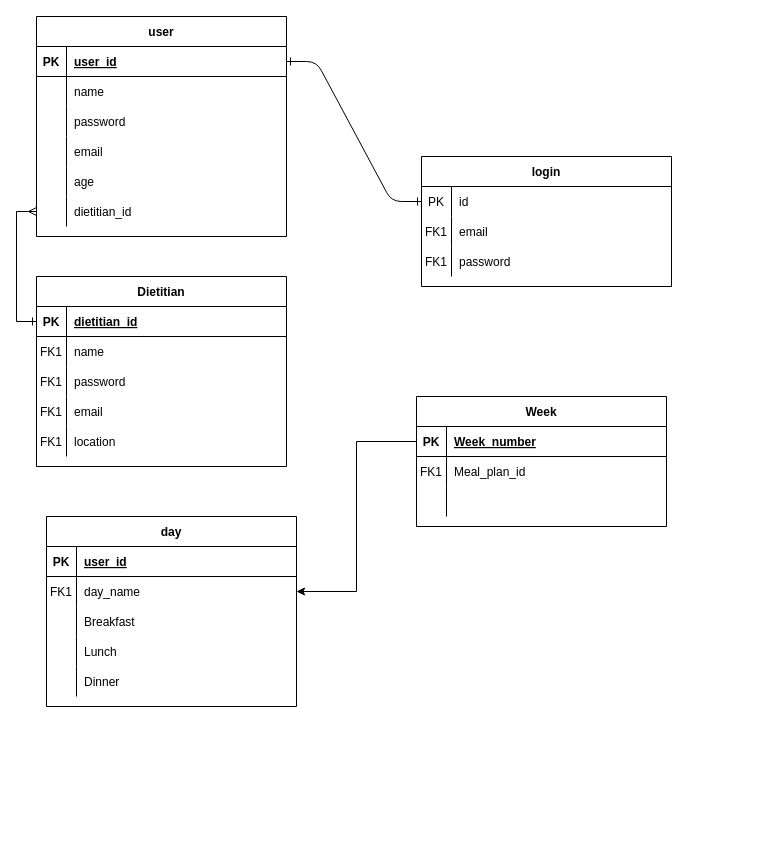
BenDavies1218/BenjaminDavies_T2A2 keeps this draw.io diagram as Recipe_api.drawio. Above is the earlier version. Source tidied: cells renumbered, new cells numbered last; positions are measured from the earlier drawing's top-left corner, leaving out a move shared by most shapes. Both pictures are drawn from the tidied source at 100%, with x=0, y=0 at pixel (36, 16).
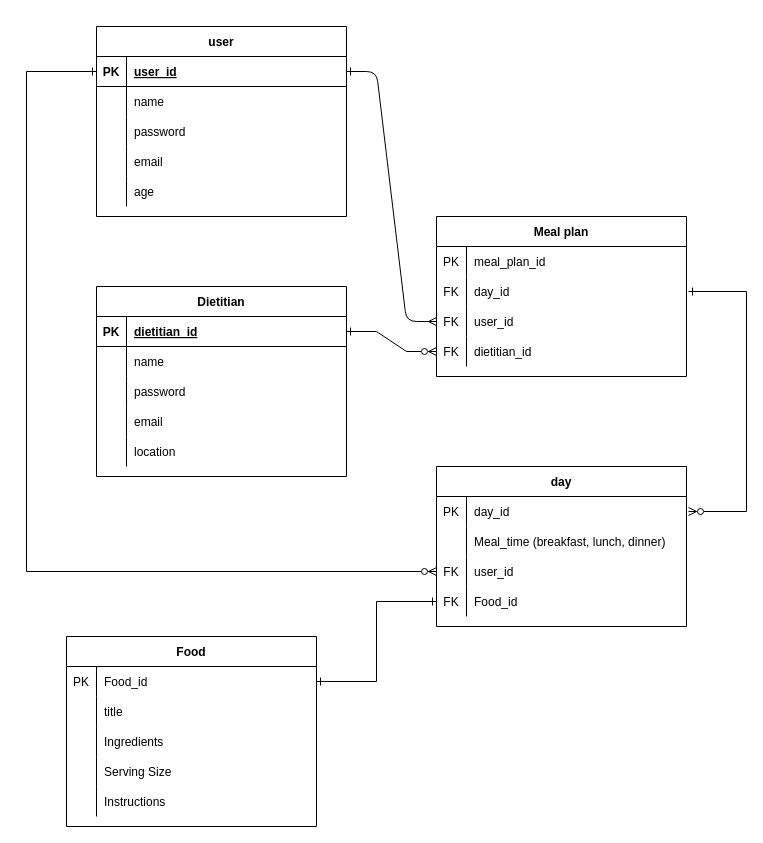
The same page after the edit.

The change refers to these unchanged cells:
```xml
<mxCell id="24" style="shape=partialRectangle;fillColor=none;points=[[0,0.5],[1,0.5]];portConstraint=eastwest;top=0;left=0;right=0;bottom=1;" parent="23" vertex="1">
  <mxGeometry y="30" width="250" height="30" as="geometry" />
</mxCell>
<mxCell id="60" style="shape=partialRectangle;fillColor=none;points=[[0,0.5],[1,0.5]];portConstraint=eastwest;top=0;left=0;right=0;bottom=1;" parent="59" vertex="1">
  <mxGeometry y="30" width="250" height="30" as="geometry" />
</mxCell>
<mxCell id="63" style="shape=partialRectangle;fillColor=none;top=0;left=0;right=0;bottom=0;" parent="59" vertex="1">
  <mxGeometry y="60" width="250" height="30" as="geometry" />
</mxCell>
<mxCell id="66" style="shape=partialRectangle;fillColor=none;top=0;left=0;right=0;bottom=0;" parent="59" vertex="1">
  <mxGeometry y="90" width="250" height="30" as="geometry" />
</mxCell>
<mxCell id="69" style="shape=partialRectangle;fillColor=none;top=0;left=0;right=0;bottom=0;" parent="59" vertex="1">
  <mxGeometry y="120" width="250" height="30" as="geometry" />
</mxCell>
<mxCell id="72" style="shape=partialRectangle;fillColor=none;top=0;left=0;right=0;bottom=0;" parent="59" vertex="1">
  <mxGeometry y="150" width="250" height="30" as="geometry" />
</mxCell>
```

Change to the diagram source:
```diff
@@
-    <mxCell id="2" style="edgeStyle=entityRelationEdgeStyle;endArrow=ERone;startArrow=ERone;endFill=0;startFill=0;" parent="1" edge="1" source="24" target="4">
+    <mxCell id="2" style="edgeStyle=entityRelationEdgeStyle;endArrow=ERmany;startArrow=ERone;endFill=0;startFill=0;entryX=0;entryY=0.5;entryDx=0;entryDy=0;" parent="1" edge="1" source="24" target="7">
       <mxGeometry relative="1" as="geometry" />
     </mxCell>
-    <mxCell id="3" value="login" style="shape=table;startSize=30;childLayout=tableLayout;rowLines=0;fontStyle=1;align=center;" parent="1" vertex="1">
-      <mxGeometry x="385" y="140" width="250" height="130" as="geometry" />
+    <mxCell id="3" value="Meal plan" style="shape=table;startSize=30;childLayout=tableLayout;rowLines=0;fontStyle=1;align=center;" parent="1" vertex="1">
+      <mxGeometry x="400" y="200" width="250" height="160" as="geometry" />
     </mxCell>
-    <mxCell id="4" style="shape=partialRectangle;fillColor=none;points=[[0,0.5],[1,0.5]];portConstraint=eastwest;top=0;left=0;right=0;bottom=0;" parent="3" vertex="1">
-      <mxGeometry y="30" width="250" height="30" as="geometry" />
-    </mxCell>
-    <mxCell id="5" value="PK" style="shape=partialRectangle;overflow=hidden;fillColor=none;top=0;left=0;bottom=0;right=0;" parent="4" vertex="1">
-      <mxGeometry width="30" height="30" as="geometry" />
-    </mxCell>
-    <mxCell id="6" value="id" style="shape=partialRectangle;overflow=hidden;fillColor=none;top=0;left=0;bottom=0;right=0;align=left;spacingLeft=6;" parent="4" vertex="1">
-      <mxGeometry x="30" width="220" height="30" as="geometry" />
-    </mxCell>
+    <mxCell id="76" style="shape=partialRectangle;fillColor=none;top=0;left=0;right=0;bottom=0;perimeterSpacing=2;" parent="3" vertex="1">
+      <mxGeometry y="30" width="250" height="30" as="geometry" />
+    </mxCell>
+    <mxCell id="77" value="PK" style="shape=partialRectangle;overflow=hidden;fillColor=none;top=0;left=0;bottom=0;right=0;" parent="76" vertex="1">
+      <mxGeometry width="30" height="30" as="geometry" />
+    </mxCell>
+    <mxCell id="78" value="meal_plan_id" style="shape=partialRectangle;overflow=hidden;fillColor=none;top=0;left=0;bottom=0;right=0;align=left;spacingLeft=6;" parent="76" vertex="1">
+      <mxGeometry x="30" width="220" height="30" as="geometry" />
+    </mxCell>
+    <mxCell id="79" style="shape=partialRectangle;fillColor=none;points=[[0,0.5],[1,0.5]];portConstraint=eastwest;top=0;left=0;right=0;bottom=0;perimeterSpacing=2;" parent="3" vertex="1">
+      <mxGeometry y="60" width="250" height="30" as="geometry" />
+    </mxCell>
+    <mxCell id="80" value="FK" style="shape=partialRectangle;overflow=hidden;fillColor=none;top=0;left=0;bottom=0;right=0;" parent="79" vertex="1">
+      <mxGeometry width="30" height="30" as="geometry" />
+    </mxCell>
+    <mxCell id="81" value="day_id" style="shape=partialRectangle;overflow=hidden;fillColor=none;top=0;left=0;bottom=0;right=0;align=left;spacingLeft=6;" parent="79" vertex="1">
+      <mxGeometry x="30" width="220" height="30" as="geometry" />
+    </mxCell>
     <mxCell id="7" style="shape=partialRectangle;fillColor=none;points=[[0,0.5],[1,0.5]];portConstraint=eastwest;top=0;left=0;right=0;bottom=0;" parent="3" vertex="1">
-      <mxGeometry y="60" width="250" height="30" as="geometry" />
+      <mxGeometry y="90" width="250" height="30" as="geometry" />
     </mxCell>
-    <mxCell id="8" value="FK1" style="shape=partialRectangle;overflow=hidden;fillColor=none;top=0;left=0;bottom=0;right=0;" parent="7" vertex="1">
+    <mxCell id="8" value="FK" style="shape=partialRectangle;overflow=hidden;fillColor=none;top=0;left=0;bottom=0;right=0;" parent="7" vertex="1">
       <mxGeometry width="30" height="30" as="geometry" />
     </mxCell>
-    <mxCell id="9" value="email" style="shape=partialRectangle;overflow=hidden;fillColor=none;top=0;left=0;bottom=0;right=0;align=left;spacingLeft=6;" parent="7" vertex="1">
+    <mxCell id="9" value="user_id" style="shape=partialRectangle;overflow=hidden;fillColor=none;top=0;left=0;bottom=0;right=0;align=left;spacingLeft=6;" parent="7" vertex="1">
       <mxGeometry x="30" width="220" height="30" as="geometry" />
     </mxCell>
     <mxCell id="10" style="shape=partialRectangle;fillColor=none;points=[[0,0.5],[1,0.5]];portConstraint=eastwest;top=0;left=0;right=0;bottom=0;" parent="3" vertex="1">
-      <mxGeometry y="90" width="250" height="30" as="geometry" />
+      <mxGeometry y="120" width="250" height="30" as="geometry" />
     </mxCell>
-    <mxCell id="11" value="FK1" style="shape=partialRectangle;overflow=hidden;fillColor=none;top=0;left=0;bottom=0;right=0;" parent="10" vertex="1">
+    <mxCell id="11" value="FK" style="shape=partialRectangle;overflow=hidden;fillColor=none;top=0;left=0;bottom=0;right=0;" parent="10" vertex="1">
       <mxGeometry width="30" height="30" as="geometry" />
     </mxCell>
-    <mxCell id="12" value="password" style="shape=partialRectangle;overflow=hidden;fillColor=none;top=0;left=0;bottom=0;right=0;align=left;spacingLeft=6;" parent="10" vertex="1">
+    <mxCell id="12" value="dietitian_id" style="shape=partialRectangle;overflow=hidden;fillColor=none;top=0;left=0;bottom=0;right=0;align=left;spacingLeft=6;" parent="10" vertex="1">
       <mxGeometry x="30" width="220" height="30" as="geometry" />
     </mxCell>
-    <mxCell id="13" value="Week" style="shape=table;startSize=30;childLayout=tableLayout;rowLines=0;fontStyle=1;align=center;" parent="1" vertex="1">
-      <mxGeometry x="380" y="380" width="250" height="130" as="geometry" />
-    </mxCell>
-    <mxCell id="14" style="shape=partialRectangle;fillColor=none;points=[[0,0.5],[1,0.5]];portConstraint=eastwest;top=0;left=0;right=0;bottom=1;" parent="13" vertex="1">
-      <mxGeometry y="30" width="250" height="30" as="geometry" />
-    </mxCell>
-    <mxCell id="15" value="PK" style="shape=partialRectangle;overflow=hidden;fillColor=none;top=0;left=0;bottom=0;right=0;fontStyle=1;" parent="14" vertex="1">
-      <mxGeometry width="30" height="30" as="geometry" />
-    </mxCell>
-    <mxCell id="16" value="Week_number" style="shape=partialRectangle;overflow=hidden;fillColor=none;top=0;left=0;bottom=0;right=0;align=left;spacingLeft=6;fontStyle=5;" parent="14" vertex="1">
-      <mxGeometry x="30" width="220" height="30" as="geometry" />
-    </mxCell>
-    <mxCell id="17" style="shape=partialRectangle;fillColor=none;top=0;left=0;right=0;bottom=0;" parent="13" vertex="1">
-      <mxGeometry y="60" width="250" height="30" as="geometry" />
-    </mxCell>
-    <mxCell id="18" value="FK1" style="shape=partialRectangle;overflow=hidden;fillColor=none;top=0;left=0;bottom=0;right=0;" parent="17" vertex="1">
-      <mxGeometry width="30" height="30" as="geometry" />
-    </mxCell>
-    <mxCell id="19" value="Meal_plan_id" style="shape=partialRectangle;overflow=hidden;fillColor=none;top=0;left=0;bottom=0;right=0;align=left;spacingLeft=6;" parent="17" vertex="1">
-      <mxGeometry x="30" width="220" height="30" as="geometry" />
-    </mxCell>
-    <mxCell id="20" style="shape=partialRectangle;fillColor=none;top=0;left=0;right=0;bottom=0;" parent="13" vertex="1">
-      <mxGeometry y="90" width="250" height="30" as="geometry" />
-    </mxCell>
-    <mxCell id="21" style="shape=partialRectangle;overflow=hidden;fillColor=none;top=0;left=0;bottom=0;right=0;" parent="20" vertex="1">
-      <mxGeometry width="30" height="30" as="geometry" />
-    </mxCell>
-    <mxCell id="22" style="shape=partialRectangle;overflow=hidden;fillColor=none;top=0;left=0;bottom=0;right=0;align=left;spacingLeft=6;" parent="20" vertex="1">
-      <mxGeometry x="30" width="220" height="30" as="geometry" />
-    </mxCell>
     <mxCell id="23" value="user" style="shape=table;startSize=30;childLayout=tableLayout;rowLines=0;fontStyle=1;align=center;" parent="1" vertex="1">
-      <mxGeometry width="250" height="220" as="geometry" />
+      <mxGeometry x="60" y="10" width="250" height="190" as="geometry" />
     </mxCell>
@@
-    <mxCell id="39" style="shape=partialRectangle;fillColor=none;points=[[0,0.5],[1,0.5]];portConstraint=eastwest;top=0;left=0;right=0;bottom=0;" parent="23" vertex="1">
-      <mxGeometry y="180" width="250" height="30" as="geometry" />
-    </mxCell>
-    <mxCell id="40" style="shape=partialRectangle;overflow=hidden;fillColor=none;top=0;left=0;bottom=0;right=0;" parent="39" vertex="1">
-      <mxGeometry width="30" height="30" as="geometry" />
-    </mxCell>
-    <mxCell id="41" value="dietitian_id" style="shape=partialRectangle;overflow=hidden;fillColor=none;top=0;left=0;bottom=0;right=0;align=left;spacingLeft=6;" parent="39" vertex="1">
-      <mxGeometry x="30" width="220" height="30" as="geometry" />
-    </mxCell>
-    <mxCell id="42" value="day" style="shape=table;startSize=30;childLayout=tableLayout;rowLines=0;fontStyle=1;align=center;" parent="1" vertex="1">
-      <mxGeometry x="10" y="500" width="250" height="190" as="geometry" />
-    </mxCell>
-    <mxCell id="43" style="shape=partialRectangle;fillColor=none;top=0;left=0;right=0;bottom=1;" parent="42" vertex="1">
-      <mxGeometry y="30" width="250" height="30" as="geometry" />
-    </mxCell>
-    <mxCell id="44" value="PK" style="shape=partialRectangle;overflow=hidden;fillColor=none;top=0;left=0;bottom=0;right=0;fontStyle=1;" parent="43" vertex="1">
-      <mxGeometry width="30" height="30" as="geometry" />
-    </mxCell>
-    <mxCell id="45" value="user_id" style="shape=partialRectangle;overflow=hidden;fillColor=none;top=0;left=0;bottom=0;right=0;align=left;spacingLeft=6;fontStyle=5;" parent="43" vertex="1">
-      <mxGeometry x="30" width="220" height="30" as="geometry" />
-    </mxCell>
-    <mxCell id="46" style="shape=partialRectangle;fillColor=none;points=[[0,0.5],[1,0.5]];portConstraint=eastwest;top=0;left=0;right=0;bottom=0;" parent="42" vertex="1">
-      <mxGeometry y="60" width="250" height="30" as="geometry" />
-    </mxCell>
-    <mxCell id="47" value="FK1" style="shape=partialRectangle;overflow=hidden;fillColor=none;top=0;left=0;bottom=0;right=0;" parent="46" vertex="1">
-      <mxGeometry width="30" height="30" as="geometry" />
-    </mxCell>
-    <mxCell id="48" value="day_name" style="shape=partialRectangle;overflow=hidden;fillColor=none;top=0;left=0;bottom=0;right=0;align=left;spacingLeft=6;" parent="46" vertex="1">
-      <mxGeometry x="30" width="220" height="30" as="geometry" />
-    </mxCell>
-    <mxCell id="49" style="shape=partialRectangle;fillColor=none;top=0;left=0;right=0;bottom=0;" parent="42" vertex="1">
-      <mxGeometry y="90" width="250" height="30" as="geometry" />
-    </mxCell>
-    <mxCell id="50" style="shape=partialRectangle;overflow=hidden;fillColor=none;top=0;left=0;bottom=0;right=0;" parent="49" vertex="1">
-      <mxGeometry width="30" height="30" as="geometry" />
-    </mxCell>
-    <mxCell id="51" value="Breakfast" style="shape=partialRectangle;overflow=hidden;fillColor=none;top=0;left=0;bottom=0;right=0;align=left;spacingLeft=6;" parent="49" vertex="1">
-      <mxGeometry x="30" width="220" height="30" as="geometry" />
-    </mxCell>
-    <mxCell id="52" style="shape=partialRectangle;fillColor=none;top=0;left=0;right=0;bottom=0;" parent="42" vertex="1">
-      <mxGeometry y="120" width="250" height="30" as="geometry" />
-    </mxCell>
-    <mxCell id="53" style="shape=partialRectangle;overflow=hidden;fillColor=none;top=0;left=0;bottom=0;right=0;" parent="52" vertex="1">
-      <mxGeometry width="30" height="30" as="geometry" />
-    </mxCell>
-    <mxCell id="54" value="Lunch" style="shape=partialRectangle;overflow=hidden;fillColor=none;top=0;left=0;bottom=0;right=0;align=left;spacingLeft=6;" parent="52" vertex="1">
-      <mxGeometry x="30" width="220" height="30" as="geometry" />
-    </mxCell>
-    <mxCell id="55" style="shape=partialRectangle;fillColor=none;top=0;left=0;right=0;bottom=0;" parent="42" vertex="1">
-      <mxGeometry y="150" width="250" height="30" as="geometry" />
-    </mxCell>
-    <mxCell id="56" style="shape=partialRectangle;overflow=hidden;fillColor=none;top=0;left=0;bottom=0;right=0;" parent="55" vertex="1">
-      <mxGeometry width="30" height="30" as="geometry" />
-    </mxCell>
-    <mxCell id="57" value="Dinner" style="shape=partialRectangle;overflow=hidden;fillColor=none;top=0;left=0;bottom=0;right=0;align=left;spacingLeft=6;" parent="55" vertex="1">
-      <mxGeometry x="30" width="220" height="30" as="geometry" />
-    </mxCell>
-    <mxCell id="58" style="edgeStyle=orthogonalEdgeStyle;rounded=0;jettySize=auto;html=1;entryX=1;entryY=0.5;entryDx=0;entryDy=0;" parent="1" edge="1" source="14" target="46">
-      <mxGeometry relative="1" as="geometry" />
-    </mxCell>
     <mxCell id="59" value="Dietitian" style="shape=table;startSize=30;childLayout=tableLayout;rowLines=0;fontStyle=1;align=center;" parent="1" vertex="1">
-      <mxGeometry y="260" width="250" height="190" as="geometry" />
+      <mxGeometry x="60" y="270" width="250" height="190" as="geometry" />
     </mxCell>
@@
-    <mxCell id="64" value="FK1" style="shape=partialRectangle;overflow=hidden;fillColor=none;top=0;left=0;bottom=0;right=0;" parent="63" vertex="1">
+    <mxCell id="64" style="shape=partialRectangle;overflow=hidden;fillColor=none;top=0;left=0;bottom=0;right=0;" parent="63" vertex="1">
       <mxGeometry width="30" height="30" as="geometry" />
     </mxCell>
@@
-    <mxCell id="67" value="FK1" style="shape=partialRectangle;overflow=hidden;fillColor=none;top=0;left=0;bottom=0;right=0;" parent="66" vertex="1">
+    <mxCell id="67" style="shape=partialRectangle;overflow=hidden;fillColor=none;top=0;left=0;bottom=0;right=0;" parent="66" vertex="1">
       <mxGeometry width="30" height="30" as="geometry" />
     </mxCell>
@@
-    <mxCell id="70" value="FK1" style="shape=partialRectangle;overflow=hidden;fillColor=none;top=0;left=0;bottom=0;right=0;" parent="69" vertex="1">
+    <mxCell id="70" style="shape=partialRectangle;overflow=hidden;fillColor=none;top=0;left=0;bottom=0;right=0;" parent="69" vertex="1">
       <mxGeometry width="30" height="30" as="geometry" />
     </mxCell>
@@
-    <mxCell id="73" value="FK1" style="shape=partialRectangle;overflow=hidden;fillColor=none;top=0;left=0;bottom=0;right=0;" parent="72" vertex="1">
+    <mxCell id="73" style="shape=partialRectangle;overflow=hidden;fillColor=none;top=0;left=0;bottom=0;right=0;" parent="72" vertex="1">
       <mxGeometry width="30" height="30" as="geometry" />
     </mxCell>
@@
-    <mxCell id="75" style="edgeStyle=orthogonalEdgeStyle;rounded=0;jettySize=auto;html=1;entryX=0;entryY=0.5;entryDx=0;entryDy=0;startArrow=ERone;startFill=0;endArrow=ERmany;endFill=0;" parent="1" edge="1" source="60" target="39">
-      <mxGeometry relative="1" as="geometry" />
-    </mxCell>
+    <mxCell id="82" style="edgeStyle=entityRelationEdgeStyle;rounded=0;jettySize=auto;html=1;entryX=0;entryY=0.5;entryDx=0;entryDy=0;startArrow=ERone;startFill=0;endArrow=ERzeroToMany;endFill=0;" parent="1" edge="1" source="60" target="10">
+      <mxGeometry relative="1" as="geometry" />
+    </mxCell>
+    <mxCell id="83" value="Food" style="shape=table;startSize=30;childLayout=tableLayout;rowLines=0;fontStyle=1;align=center;" parent="1" vertex="1">
+      <mxGeometry x="30" y="620" width="250" height="190" as="geometry" />
+    </mxCell>
+    <mxCell id="4" style="shape=partialRectangle;fillColor=none;points=[[0,0.5],[1,0.5]];portConstraint=eastwest;top=0;left=0;right=0;bottom=0;" parent="83" vertex="1">
+      <mxGeometry y="30" width="250" height="30" as="geometry" />
+    </mxCell>
+    <mxCell id="84" value="PK" style="shape=partialRectangle;overflow=hidden;fillColor=none;top=0;left=0;bottom=0;right=0;" parent="4" vertex="1">
+      <mxGeometry width="30" height="30" as="geometry" />
+    </mxCell>
+    <mxCell id="85" value="Food_id" style="shape=partialRectangle;overflow=hidden;fillColor=none;top=0;left=0;bottom=0;right=0;align=left;spacingLeft=6;" parent="4" vertex="1">
+      <mxGeometry x="30" width="220" height="30" as="geometry" />
+    </mxCell>
+    <mxCell id="86" style="shape=partialRectangle;fillColor=none;top=0;left=0;right=0;bottom=0;" parent="83" vertex="1">
+      <mxGeometry y="60" width="250" height="30" as="geometry" />
+    </mxCell>
+    <mxCell id="87" style="shape=partialRectangle;overflow=hidden;fillColor=none;top=0;left=0;bottom=0;right=0;" parent="86" vertex="1">
+      <mxGeometry width="30" height="30" as="geometry" />
+    </mxCell>
+    <mxCell id="88" value="title" style="shape=partialRectangle;overflow=hidden;fillColor=none;top=0;left=0;bottom=0;right=0;align=left;spacingLeft=6;" parent="86" vertex="1">
+      <mxGeometry x="30" width="220" height="30" as="geometry" />
+    </mxCell>
+    <mxCell id="89" style="shape=partialRectangle;fillColor=none;top=0;left=0;right=0;bottom=0;" parent="83" vertex="1">
+      <mxGeometry y="90" width="250" height="30" as="geometry" />
+    </mxCell>
+    <mxCell id="90" style="shape=partialRectangle;overflow=hidden;fillColor=none;top=0;left=0;bottom=0;right=0;" parent="89" vertex="1">
+      <mxGeometry width="30" height="30" as="geometry" />
+    </mxCell>
+    <mxCell id="91" value="Ingredients" style="shape=partialRectangle;overflow=hidden;fillColor=none;top=0;left=0;bottom=0;right=0;align=left;spacingLeft=6;" parent="89" vertex="1">
+      <mxGeometry x="30" width="220" height="30" as="geometry" />
+    </mxCell>
+    <mxCell id="92" style="shape=partialRectangle;fillColor=none;top=0;left=0;right=0;bottom=0;" parent="83" vertex="1">
+      <mxGeometry y="120" width="250" height="30" as="geometry" />
+    </mxCell>
+    <mxCell id="93" style="shape=partialRectangle;overflow=hidden;fillColor=none;top=0;left=0;bottom=0;right=0;" parent="92" vertex="1">
+      <mxGeometry width="30" height="30" as="geometry" />
+    </mxCell>
+    <mxCell id="94" value="Serving Size" style="shape=partialRectangle;overflow=hidden;fillColor=none;top=0;left=0;bottom=0;right=0;align=left;spacingLeft=6;" parent="92" vertex="1">
+      <mxGeometry x="30" width="220" height="30" as="geometry" />
+    </mxCell>
+    <mxCell id="55" style="shape=partialRectangle;fillColor=none;top=0;left=0;right=0;bottom=0;" parent="83" vertex="1">
+      <mxGeometry y="150" width="250" height="30" as="geometry" />
+    </mxCell>
+    <mxCell id="95" style="shape=partialRectangle;overflow=hidden;fillColor=none;top=0;left=0;bottom=0;right=0;" parent="55" vertex="1">
+      <mxGeometry width="30" height="30" as="geometry" />
+    </mxCell>
+    <mxCell id="96" value="Instructions" style="shape=partialRectangle;overflow=hidden;fillColor=none;top=0;left=0;bottom=0;right=0;align=left;spacingLeft=6;" parent="55" vertex="1">
+      <mxGeometry x="30" width="220" height="30" as="geometry" />
+    </mxCell>
+    <mxCell id="42" value="day" style="shape=table;startSize=30;childLayout=tableLayout;rowLines=0;fontStyle=1;align=center;" parent="1" vertex="1">
+      <mxGeometry x="400" y="450" width="250" height="160" as="geometry" />
+    </mxCell>
+    <mxCell id="97" style="shape=partialRectangle;fillColor=none;points=[[0,0.5],[1,0.5]];portConstraint=eastwest;top=0;left=0;right=0;bottom=0;perimeterSpacing=2;" parent="42" vertex="1">
+      <mxGeometry y="30" width="250" height="30" as="geometry" />
+    </mxCell>
+    <mxCell id="98" value="PK" style="shape=partialRectangle;overflow=hidden;fillColor=none;top=0;left=0;bottom=0;right=0;" parent="97" vertex="1">
+      <mxGeometry width="30" height="30" as="geometry" />
+    </mxCell>
+    <mxCell id="99" value="day_id" style="shape=partialRectangle;overflow=hidden;fillColor=none;top=0;left=0;bottom=0;right=0;align=left;spacingLeft=6;" parent="97" vertex="1">
+      <mxGeometry x="30" width="220" height="30" as="geometry" />
+    </mxCell>
+    <mxCell id="100" style="shape=partialRectangle;fillColor=none;top=0;left=0;right=0;bottom=0;" parent="42" vertex="1">
+      <mxGeometry y="60" width="250" height="30" as="geometry" />
+    </mxCell>
+    <mxCell id="101" style="shape=partialRectangle;overflow=hidden;fillColor=none;top=0;left=0;bottom=0;right=0;" parent="100" vertex="1">
+      <mxGeometry width="30" height="30" as="geometry" />
+    </mxCell>
+    <mxCell id="102" value="Meal_time (breakfast, lunch, dinner)" style="shape=partialRectangle;overflow=hidden;fillColor=none;top=0;left=0;bottom=0;right=0;align=left;spacingLeft=6;" parent="100" vertex="1">
+      <mxGeometry x="30" width="220" height="30" as="geometry" />
+    </mxCell>
+    <mxCell id="103" style="shape=partialRectangle;fillColor=none;points=[[0,0.5],[1,0.5]];portConstraint=eastwest;top=0;left=0;right=0;bottom=0;" parent="42" vertex="1">
+      <mxGeometry y="90" width="250" height="30" as="geometry" />
+    </mxCell>
+    <mxCell id="104" value="FK" style="shape=partialRectangle;overflow=hidden;fillColor=none;top=0;left=0;bottom=0;right=0;" parent="103" vertex="1">
+      <mxGeometry width="30" height="30" as="geometry" />
+    </mxCell>
+    <mxCell id="45" value="user_id" style="shape=partialRectangle;overflow=hidden;fillColor=none;top=0;left=0;bottom=0;right=0;align=left;spacingLeft=6;" parent="103" vertex="1">
+      <mxGeometry x="30" width="220" height="30" as="geometry" />
+    </mxCell>
+    <mxCell id="105" style="shape=partialRectangle;fillColor=none;points=[[0,0.5],[1,0.5]];portConstraint=eastwest;top=0;left=0;right=0;bottom=0;" parent="42" vertex="1">
+      <mxGeometry y="120" width="250" height="30" as="geometry" />
+    </mxCell>
+    <mxCell id="106" value="FK" style="shape=partialRectangle;overflow=hidden;fillColor=none;top=0;left=0;bottom=0;right=0;" parent="105" vertex="1">
+      <mxGeometry width="30" height="30" as="geometry" />
+    </mxCell>
+    <mxCell id="107" value="Food_id" style="shape=partialRectangle;overflow=hidden;fillColor=none;top=0;left=0;bottom=0;right=0;align=left;spacingLeft=6;" parent="105" vertex="1">
+      <mxGeometry x="30" width="220" height="30" as="geometry" />
+    </mxCell>
+    <mxCell id="108" style="edgeStyle=orthogonalEdgeStyle;rounded=0;jettySize=auto;html=1;entryX=1;entryY=0.5;entryDx=0;entryDy=0;endArrow=ERone;endFill=0;startArrow=ERone;startFill=0;exitX=0;exitY=0.5;exitDx=0;exitDy=0;" parent="1" edge="1" source="105" target="4">
+      <mxGeometry relative="1" as="geometry" />
+    </mxCell>
+    <mxCell id="109" style="edgeStyle=orthogonalEdgeStyle;rounded=0;jettySize=auto;html=1;entryX=1;entryY=0.5;entryDx=0;entryDy=0;startArrow=ERone;startFill=0;endArrow=ERzeroToMany;endFill=0;" parent="1" edge="1" source="79" target="97">
+      <mxGeometry relative="1" as="geometry">
+        <Array as="points">
+          <mxPoint x="710" y="275" />
+          <mxPoint x="710" y="495" />
+        </Array>
+      </mxGeometry>
+    </mxCell>
+    <mxCell id="110" style="edgeStyle=orthogonalEdgeStyle;rounded=0;jettySize=auto;html=1;entryX=0;entryY=0.5;entryDx=0;entryDy=0;startArrow=ERone;startFill=0;endArrow=ERzeroToMany;endFill=0;" parent="1" edge="1" source="24" target="103">
+      <mxGeometry relative="1" as="geometry">
+        <Array as="points">
+          <mxPoint x="-10" y="55" />
+          <mxPoint x="-10" y="555" />
+        </Array>
+      </mxGeometry>
+    </mxCell>
```
